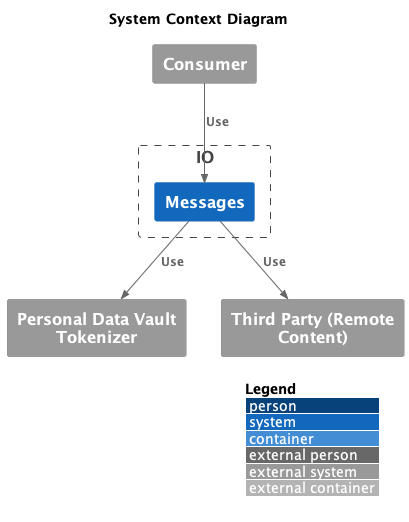
Earlier version of the PlantUML export docs/data-plan/data-plan-system-context.png (pagopa/io-messages).
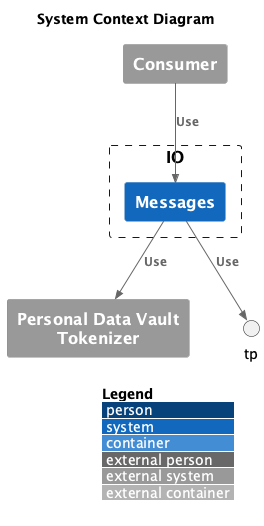
The same file after the commit.

Commit message:
docs: regenerate container and system-context diagrams

Change to the diagram source:
```diff
@@ -13,7 +13,6 @@
 }
 
 System_Ext(pdv, "Personal Data Vault Tokenizer")
-System_Ext(tp, "Third Party (Remote Content)")
 
 Rel(consumer, io_msgs, "Use")
 Rel(io_msgs, pdv, "Use")
```
